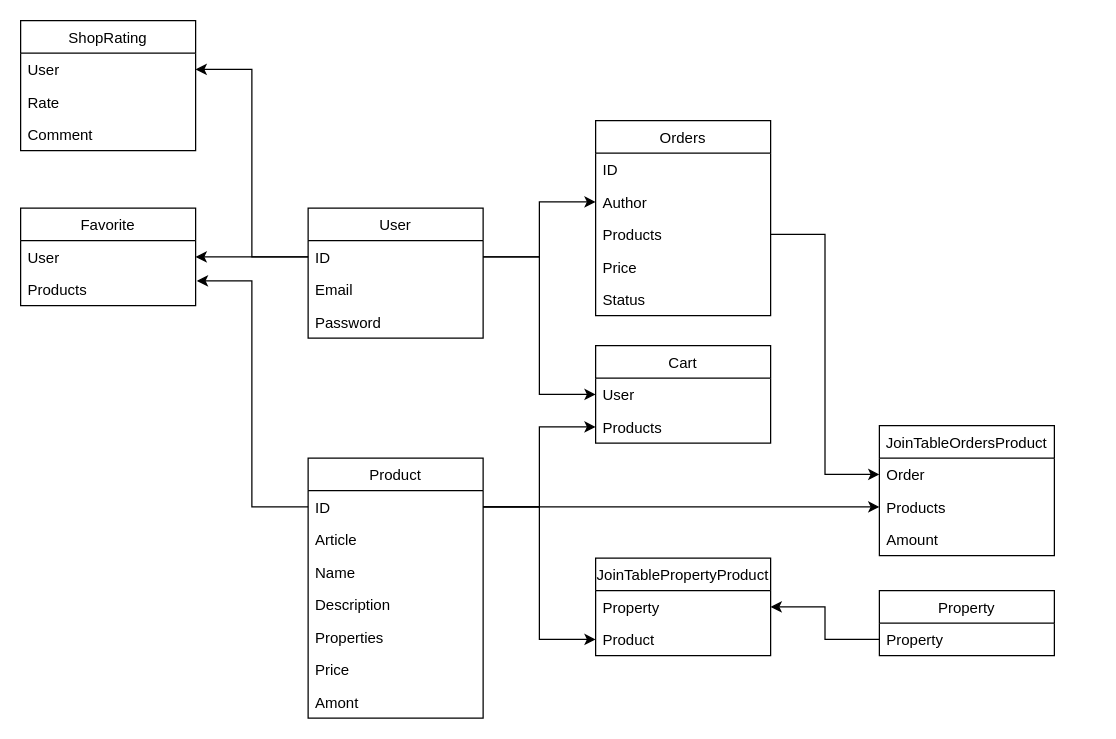
The draw.io diagram nenavalniy.drawio in MiKaMoRe/nenavalniy, before the edit. Source tidied: cells renumbered, new cells numbered last; positions are measured from the earlier drawing's top-left corner, leaving out a move shared by most shapes. Both pictures are drawn from the tidied source at 125%, with x=0, y=0 at pixel (20, 20).
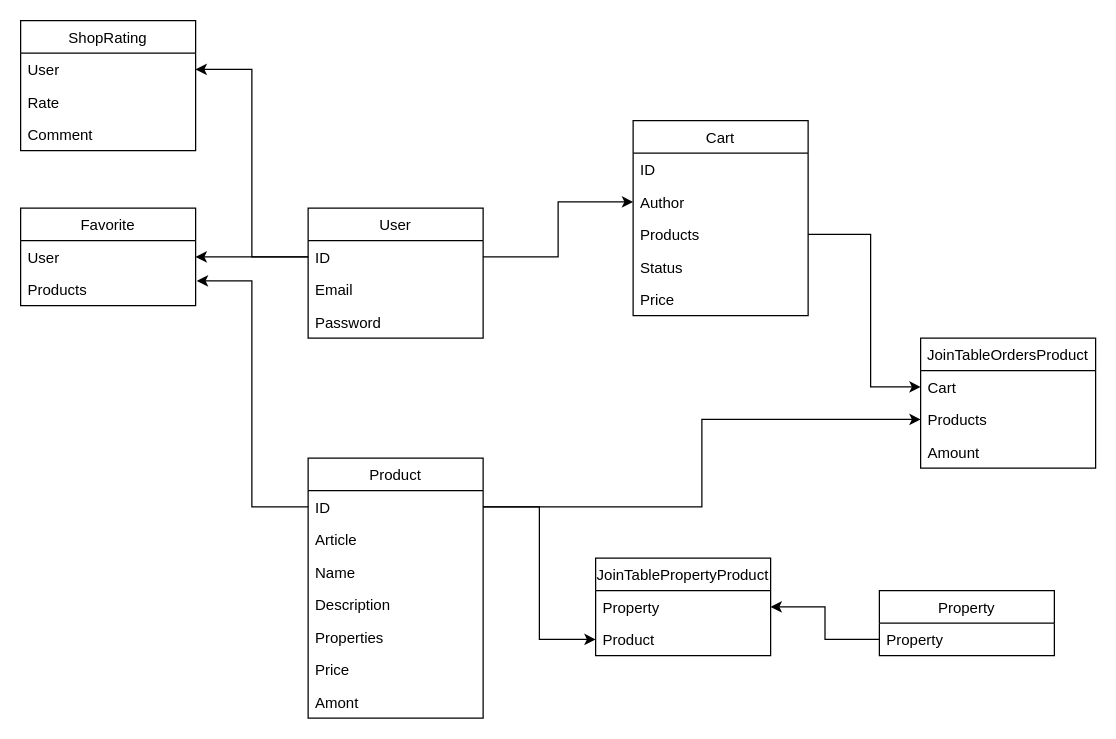
The same page after the edit.

The change refers to these unchanged cells:
```xml
<mxCell id="3" value="ID" style="text;strokeColor=none;fillColor=none;align=left;verticalAlign=top;spacingLeft=4;spacingRight=4;overflow=hidden;points=[[0,0.5],[1,0.5]];portConstraint=eastwest;" parent="2" vertex="1">
  <mxGeometry y="26" width="140" height="26" as="geometry" />
</mxCell>
<mxCell id="13" value="ID" style="text;strokeColor=none;fillColor=none;align=left;verticalAlign=top;spacingLeft=4;spacingRight=4;overflow=hidden;points=[[0,0.5],[1,0.5]];portConstraint=eastwest;" parent="12" vertex="1">
  <mxGeometry y="26" width="140" height="26" as="geometry" />
</mxCell>
```

Change to the diagram source:
```diff
@@
-    <mxCell id="6" value="Orders" style="swimlane;fontStyle=0;horizontal=1;startSize=26;" parent="1" vertex="1">
-      <mxGeometry x="460" y="80" width="140" height="156" as="geometry" />
+    <mxCell id="6" value="Cart" style="swimlane;fontStyle=0;horizontal=1;startSize=26;" parent="1" vertex="1">
+      <mxGeometry x="490" y="80" width="140" height="156" as="geometry" />
     </mxCell>
@@
-    <mxCell id="9" value="Products" style="text;strokeColor=none;fillColor=none;align=left;verticalAlign=top;spacingLeft=4;spacingRight=4;overflow=hidden;points=[[0,0.5],[1,0.5]];portConstraint=eastwest;" parent="6" vertex="1">
-      <mxGeometry y="78" width="140" height="26" as="geometry" />
-    </mxCell>
-    <mxCell id="10" value="Price" style="text;strokeColor=none;fillColor=none;align=left;verticalAlign=top;spacingLeft=4;spacingRight=4;overflow=hidden;points=[[0,0.5],[1,0.5]];portConstraint=eastwest;" parent="6" vertex="1">
-      <mxGeometry y="104" width="140" height="26" as="geometry" />
+    <mxCell id="10" value="Products" style="text;strokeColor=none;fillColor=none;align=left;verticalAlign=top;spacingLeft=4;spacingRight=4;overflow=hidden;points=[[0,0.5],[1,0.5]];portConstraint=eastwest;" parent="6" vertex="1">
+      <mxGeometry y="78" width="140" height="26" as="geometry" />
     </mxCell>
     <mxCell id="11" value="Status" style="text;strokeColor=none;fillColor=none;align=left;verticalAlign=top;spacingLeft=4;spacingRight=4;overflow=hidden;" parent="6" vertex="1">
-      <mxGeometry y="130" width="140" height="26" as="geometry" />
+      <mxGeometry y="104" width="140" height="26" as="geometry" />
     </mxCell>
+    <mxCell id="49" value="Price" style="text;strokeColor=none;fillColor=none;align=left;verticalAlign=top;spacingLeft=4;spacingRight=4;overflow=hidden;" parent="6" vertex="1">
+      <mxGeometry y="130" width="140" height="26" as="geometry" />
+    </mxCell>
@@
-    <mxCell id="20" value="Cart" style="swimlane;fontStyle=0;horizontal=1;startSize=26;" parent="1" vertex="1">
-      <mxGeometry x="460" y="260" width="140" height="78" as="geometry" />
-    </mxCell>
-    <mxCell id="21" value="User" style="text;strokeColor=none;fillColor=none;align=left;verticalAlign=top;spacingLeft=4;spacingRight=4;overflow=hidden;points=[[0,0.5],[1,0.5]];portConstraint=eastwest;" parent="20" vertex="1">
-      <mxGeometry y="26" width="140" height="26" as="geometry" />
-    </mxCell>
-    <mxCell id="22" value="Products" style="text;strokeColor=none;fillColor=none;align=left;verticalAlign=top;spacingLeft=4;spacingRight=4;overflow=hidden;points=[[0,0.5],[1,0.5]];portConstraint=eastwest;" parent="20" vertex="1">
-      <mxGeometry y="52" width="140" height="26" as="geometry" />
-    </mxCell>
-    <mxCell id="23" style="edgeStyle=orthogonalEdgeStyle;rounded=0;jettySize=auto;html=1;" parent="1" edge="1" source="13" target="22">
-      <mxGeometry relative="1" as="geometry" />
-    </mxCell>
-    <mxCell id="24" style="edgeStyle=orthogonalEdgeStyle;rounded=0;jettySize=auto;html=1;entryX=0;entryY=0.5;entryDx=0;entryDy=0;" parent="1" edge="1" source="3" target="21">
-      <mxGeometry relative="1" as="geometry" />
-    </mxCell>
@@
     <mxCell id="26" value="JoinTableOrdersProduct" style="swimlane;fontStyle=0;horizontal=1;startSize=26;" parent="1" vertex="1">
-      <mxGeometry x="687" y="324" width="140" height="104" as="geometry" />
+      <mxGeometry x="720" y="254" width="140" height="104" as="geometry" />
     </mxCell>
-    <mxCell id="27" value="Order" style="text;strokeColor=none;fillColor=none;align=left;verticalAlign=top;spacingLeft=4;spacingRight=4;overflow=hidden;points=[[0,0.5],[1,0.5]];portConstraint=eastwest;" parent="26" vertex="1">
+    <mxCell id="27" value="Cart" style="text;strokeColor=none;fillColor=none;align=left;verticalAlign=top;spacingLeft=4;spacingRight=4;overflow=hidden;points=[[0,0.5],[1,0.5]];portConstraint=eastwest;" parent="26" vertex="1">
       <mxGeometry y="26" width="140" height="26" as="geometry" />
     </mxCell>
@@
-    <mxCell id="31" style="edgeStyle=orthogonalEdgeStyle;rounded=0;jettySize=auto;html=1;" parent="1" edge="1" source="9" target="27">
-      <mxGeometry relative="1" as="geometry" />
-    </mxCell>
@@
+    <mxCell id="50" style="edgeStyle=orthogonalEdgeStyle;rounded=0;jettySize=auto;html=1;" parent="1" edge="1" source="10">
+      <mxGeometry relative="1" as="geometry">
+        <mxPoint x="720" y="293" as="targetPoint" />
+        <Array as="points">
+          <mxPoint x="680" y="171" />
+          <mxPoint x="680" y="293" />
+        </Array>
+      </mxGeometry>
+    </mxCell>
```
